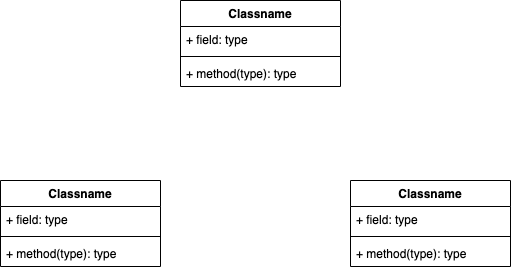
Above: SOLID/L/LSP Class Diagram.png in smitbmx/Architecture-Diagrams (draw.io), before the change. Source tidied: cells renumbered, new cells last; positions are measured from the earlier drawing's top-left corner, leaving out a move shared by most shapes. Its diagram source:
```xml
<mxGraphModel>
  <root>
    <mxCell id="0" />
    <mxCell id="1" parent="0" />
    <mxCell id="2" value="Classname" style="swimlane;fontStyle=1;align=center;verticalAlign=top;horizontal=1;startSize=26;" parent="1" vertex="1">
      <mxGeometry x="180" width="160" height="86" as="geometry" />
    </mxCell>
    <mxCell id="3" value="+ field: type" style="text;strokeColor=none;fillColor=none;align=left;verticalAlign=top;spacingLeft=4;spacingRight=4;overflow=hidden;" parent="2" vertex="1">
      <mxGeometry y="26" width="160" height="26" as="geometry" />
    </mxCell>
    <mxCell id="4" style="line;strokeWidth=1;fillColor=none;align=left;verticalAlign=middle;spacingTop=-1;spacingLeft=3;spacingRight=3;labelPosition=right;" parent="2" vertex="1">
      <mxGeometry y="52" width="160" height="8" as="geometry" />
    </mxCell>
    <mxCell id="5" value="+ method(type): type" style="text;strokeColor=none;fillColor=none;align=left;verticalAlign=top;spacingLeft=4;spacingRight=4;overflow=hidden;" parent="2" vertex="1">
      <mxGeometry y="60" width="160" height="26" as="geometry" />
    </mxCell>
    <mxCell id="6" value="Classname" style="swimlane;fontStyle=1;align=center;verticalAlign=top;horizontal=1;startSize=26;" parent="1" vertex="1">
      <mxGeometry y="180" width="160" height="86" as="geometry" />
    </mxCell>
    <mxCell id="7" value="+ field: type" style="text;strokeColor=none;fillColor=none;align=left;verticalAlign=top;spacingLeft=4;spacingRight=4;overflow=hidden;" parent="6" vertex="1">
      <mxGeometry y="26" width="160" height="26" as="geometry" />
    </mxCell>
    <mxCell id="8" style="line;strokeWidth=1;fillColor=none;align=left;verticalAlign=middle;spacingTop=-1;spacingLeft=3;spacingRight=3;labelPosition=right;" parent="6" vertex="1">
      <mxGeometry y="52" width="160" height="8" as="geometry" />
    </mxCell>
    <mxCell id="9" value="+ method(type): type" style="text;strokeColor=none;fillColor=none;align=left;verticalAlign=top;spacingLeft=4;spacingRight=4;overflow=hidden;" parent="6" vertex="1">
      <mxGeometry y="60" width="160" height="26" as="geometry" />
    </mxCell>
    <mxCell id="10" value="Classname" style="swimlane;fontStyle=1;align=center;verticalAlign=top;horizontal=1;startSize=26;" parent="1" vertex="1">
      <mxGeometry x="350" y="180" width="160" height="86" as="geometry" />
    </mxCell>
    <mxCell id="11" value="+ field: type" style="text;strokeColor=none;fillColor=none;align=left;verticalAlign=top;spacingLeft=4;spacingRight=4;overflow=hidden;" parent="10" vertex="1">
      <mxGeometry y="26" width="160" height="26" as="geometry" />
    </mxCell>
    <mxCell id="12" style="line;strokeWidth=1;fillColor=none;align=left;verticalAlign=middle;spacingTop=-1;spacingLeft=3;spacingRight=3;labelPosition=right;" parent="10" vertex="1">
      <mxGeometry y="52" width="160" height="8" as="geometry" />
    </mxCell>
    <mxCell id="13" value="+ method(type): type" style="text;strokeColor=none;fillColor=none;align=left;verticalAlign=top;spacingLeft=4;spacingRight=4;overflow=hidden;" parent="10" vertex="1">
      <mxGeometry y="60" width="160" height="26" as="geometry" />
    </mxCell>
  </root>
</mxGraphModel>
```
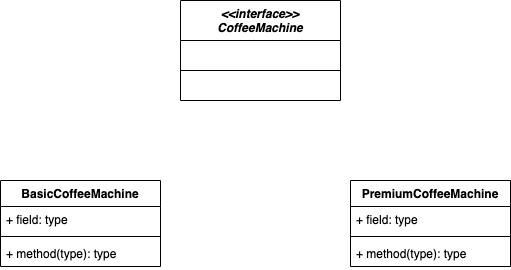
Above is the later version.

The edit, as a diff of the source:
```diff
@@ -2,19 +2,19 @@
   <root>
     <mxCell id="0" />
     <mxCell id="1" parent="0" />
-    <mxCell id="2" value="Classname" style="swimlane;fontStyle=1;align=center;verticalAlign=top;horizontal=1;startSize=26;" parent="1" vertex="1">
-      <mxGeometry x="180" width="160" height="86" as="geometry" />
+    <mxCell id="2" value="&lt;&lt;interface&gt;&gt;&#10;CoffeeMachine" style="swimlane;fontStyle=3;align=center;verticalAlign=top;horizontal=1;startSize=40;" parent="1" vertex="1">
+      <mxGeometry x="180" width="160" height="100" as="geometry" />
     </mxCell>
-    <mxCell id="3" value="+ field: type" style="text;strokeColor=none;fillColor=none;align=left;verticalAlign=top;spacingLeft=4;spacingRight=4;overflow=hidden;" parent="2" vertex="1">
-      <mxGeometry y="26" width="160" height="26" as="geometry" />
+    <mxCell id="3" value=" " style="text;strokeColor=none;fillColor=none;align=left;verticalAlign=top;spacingLeft=4;spacingRight=4;overflow=hidden;" parent="2" vertex="1">
+      <mxGeometry y="40" width="160" height="26" as="geometry" />
     </mxCell>
     <mxCell id="4" style="line;strokeWidth=1;fillColor=none;align=left;verticalAlign=middle;spacingTop=-1;spacingLeft=3;spacingRight=3;labelPosition=right;" parent="2" vertex="1">
-      <mxGeometry y="52" width="160" height="8" as="geometry" />
+      <mxGeometry y="66" width="160" height="8" as="geometry" />
     </mxCell>
-    <mxCell id="5" value="+ method(type): type" style="text;strokeColor=none;fillColor=none;align=left;verticalAlign=top;spacingLeft=4;spacingRight=4;overflow=hidden;" parent="2" vertex="1">
-      <mxGeometry y="60" width="160" height="26" as="geometry" />
+    <mxCell id="5" value=" " style="text;strokeColor=none;fillColor=none;align=left;verticalAlign=top;spacingLeft=4;spacingRight=4;overflow=hidden;" parent="2" vertex="1">
+      <mxGeometry y="74" width="160" height="26" as="geometry" />
     </mxCell>
-    <mxCell id="6" value="Classname" style="swimlane;fontStyle=1;align=center;verticalAlign=top;horizontal=1;startSize=26;" parent="1" vertex="1">
+    <mxCell id="6" value="BasicCoffeeMachine" style="swimlane;fontStyle=1;align=center;verticalAlign=top;horizontal=1;startSize=26;" parent="1" vertex="1">
       <mxGeometry y="180" width="160" height="86" as="geometry" />
     </mxCell>
     <mxCell id="7" value="+ field: type" style="text;strokeColor=none;fillColor=none;align=left;verticalAlign=top;spacingLeft=4;spacingRight=4;overflow=hidden;" parent="6" vertex="1">
@@ -26,7 +26,7 @@
     <mxCell id="9" value="+ method(type): type" style="text;strokeColor=none;fillColor=none;align=left;verticalAlign=top;spacingLeft=4;spacingRight=4;overflow=hidden;" parent="6" vertex="1">
       <mxGeometry y="60" width="160" height="26" as="geometry" />
     </mxCell>
-    <mxCell id="10" value="Classname" style="swimlane;fontStyle=1;align=center;verticalAlign=top;horizontal=1;startSize=26;" parent="1" vertex="1">
+    <mxCell id="10" value="PremiumCoffeeMachine" style="swimlane;fontStyle=1;align=center;verticalAlign=top;horizontal=1;startSize=26;" parent="1" vertex="1">
       <mxGeometry x="350" y="180" width="160" height="86" as="geometry" />
     </mxCell>
     <mxCell id="11" value="+ field: type" style="text;strokeColor=none;fillColor=none;align=left;verticalAlign=top;spacingLeft=4;spacingRight=4;overflow=hidden;" parent="10" vertex="1">
```
